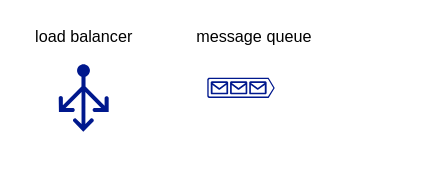
kennyrnwilson/kennyrnwilson.github.io keeps this draw.io diagram as notes/systemdesign/diagrams/iconlibrary.drawio. Above is the earlier version. Source tidied: cells renumbered, new cells numbered last; positions are measured from the earlier drawing's top-left corner, leaving out a move shared by most shapes. Both pictures are drawn from the tidied source at 135%, with x=0, y=0 at pixel (23, 23).
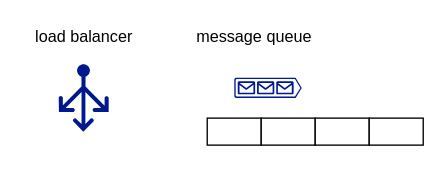
After the change.

What changed in the source:
```diff
@@
 <mxGraphModel>
   <root>
     <mxCell id="0" />
     <mxCell id="1" parent="0" />
     <mxCell id="2" style="shadow=0;dashed=0;html=1;strokeColor=none;labelPosition=center;verticalLabelPosition=bottom;verticalAlign=top;align=center;fillColor=#00188D;shape=mxgraph.azure.load_balancer_generic;" parent="1" vertex="1">
       <mxGeometry x="26" y="30" width="37" height="50" as="geometry" />
     </mxCell>
     <mxCell id="3" value="load balancer" style="text;html=1;strokeColor=none;fillColor=none;align=center;verticalAlign=middle;whiteSpace=wrap;rounded=0;" parent="1" vertex="1">
       <mxGeometry x="-0.5" width="90" height="20" as="geometry" />
     </mxCell>
     <mxCell id="4" style="shadow=0;dashed=0;html=1;strokeColor=none;labelPosition=center;verticalLabelPosition=bottom;verticalAlign=top;align=center;fillColor=#00188D;shape=mxgraph.azure.queue_generic;" parent="1" vertex="1">
-      <mxGeometry x="136" y="40" width="50" height="15" as="geometry" />
+      <mxGeometry x="156" y="40" width="50" height="15" as="geometry" />
     </mxCell>
     <mxCell id="5" value="message queue" style="text;html=1;strokeColor=none;fillColor=none;align=center;verticalAlign=middle;whiteSpace=wrap;rounded=0;" parent="1" vertex="1">
       <mxGeometry x="126" width="90" height="20" as="geometry" />
     </mxCell>
+    <mxCell id="6" style="rounded=0;whiteSpace=wrap;html=1;" parent="1" vertex="1">
+      <mxGeometry x="136" y="70" width="40" height="20" as="geometry" />
+    </mxCell>
+    <mxCell id="7" style="rounded=0;whiteSpace=wrap;html=1;" parent="1" vertex="1">
+      <mxGeometry x="176" y="70" width="40" height="20" as="geometry" />
+    </mxCell>
+    <mxCell id="8" style="rounded=0;whiteSpace=wrap;html=1;" parent="1" vertex="1">
+      <mxGeometry x="216" y="70" width="40" height="20" as="geometry" />
+    </mxCell>
+    <mxCell id="9" style="rounded=0;whiteSpace=wrap;html=1;" parent="1" vertex="1">
+      <mxGeometry x="256" y="70" width="40" height="20" as="geometry" />
+    </mxCell>
   </root>
 </mxGraphModel>
```
